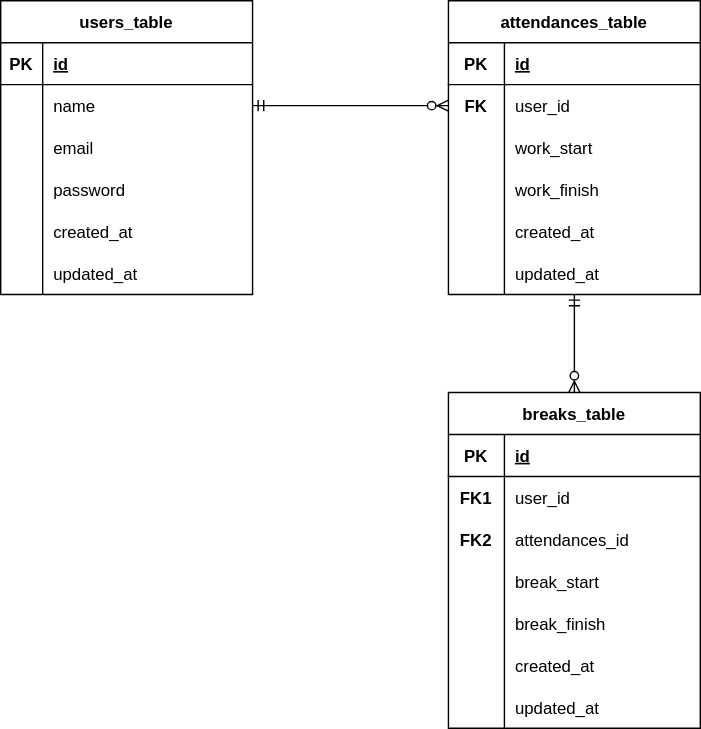
The draw.io diagram ER_Atte_tables.drawio.svg in MiyokoNakada/20240423_mockcase-entry, before a commit. Source tidied: cells renumbered, new cells last; positions are measured from the earlier drawing's top-left corner, leaving out a move shared by most shapes. The source it was exported from:
```xml
<mxGraphModel>
  <root>
    <mxCell id="0" />
    <mxCell id="1" parent="0" />
    <mxCell id="2" value="users_table" style="shape=table;startSize=30;rowLines=0;fontStyle=1;align=center;" parent="1" vertex="1">
      <mxGeometry width="180" height="210" as="geometry" />
    </mxCell>
    <mxCell id="3" style="shape=tableRow;horizontal=0;startSize=0;swimlaneHead=0;swimlaneBody=0;fillColor=none;top=0;left=0;right=0;bottom=1;" parent="2" vertex="1">
      <mxGeometry y="30" width="180" height="30" as="geometry" />
    </mxCell>
    <mxCell id="4" value="PK" style="shape=partialRectangle;fillColor=none;top=0;left=0;bottom=0;right=0;fontStyle=1;overflow=hidden;" parent="3" vertex="1">
      <mxGeometry width="30" height="30" as="geometry" />
    </mxCell>
    <mxCell id="5" value="id" style="shape=partialRectangle;fillColor=none;top=0;left=0;bottom=0;right=0;align=left;spacingLeft=6;fontStyle=5;overflow=hidden;" parent="3" vertex="1">
      <mxGeometry x="30" width="150" height="30" as="geometry" />
    </mxCell>
    <mxCell id="6" style="shape=tableRow;horizontal=0;startSize=0;swimlaneHead=0;swimlaneBody=0;fillColor=none;points=[[0,0.5],[1,0.5]];portConstraint=eastwest;top=0;left=0;right=0;bottom=0;" parent="2" vertex="1">
      <mxGeometry y="60" width="180" height="30" as="geometry" />
    </mxCell>
    <mxCell id="7" style="shape=partialRectangle;fillColor=none;top=0;left=0;bottom=0;right=0;overflow=hidden;" parent="6" vertex="1">
      <mxGeometry width="30" height="30" as="geometry" />
    </mxCell>
    <mxCell id="8" value="name" style="shape=partialRectangle;fillColor=none;top=0;left=0;bottom=0;right=0;align=left;spacingLeft=6;overflow=hidden;" parent="6" vertex="1">
      <mxGeometry x="30" width="150" height="30" as="geometry" />
    </mxCell>
    <mxCell id="9" style="shape=tableRow;horizontal=0;startSize=0;swimlaneHead=0;swimlaneBody=0;fillColor=none;top=0;left=0;right=0;bottom=0;" parent="2" vertex="1">
      <mxGeometry y="90" width="180" height="30" as="geometry" />
    </mxCell>
    <mxCell id="10" style="shape=partialRectangle;fillColor=none;top=0;left=0;bottom=0;right=0;overflow=hidden;" parent="9" vertex="1">
      <mxGeometry width="30" height="30" as="geometry" />
    </mxCell>
    <mxCell id="11" value="email" style="shape=partialRectangle;fillColor=none;top=0;left=0;bottom=0;right=0;align=left;spacingLeft=6;overflow=hidden;" parent="9" vertex="1">
      <mxGeometry x="30" width="150" height="30" as="geometry" />
    </mxCell>
    <mxCell id="12" style="shape=tableRow;horizontal=0;startSize=0;swimlaneHead=0;swimlaneBody=0;fillColor=none;top=0;left=0;right=0;bottom=0;" parent="2" vertex="1">
      <mxGeometry y="120" width="180" height="30" as="geometry" />
    </mxCell>
    <mxCell id="13" style="shape=partialRectangle;fillColor=none;top=0;left=0;bottom=0;right=0;overflow=hidden;" parent="12" vertex="1">
      <mxGeometry width="30" height="30" as="geometry" />
    </mxCell>
    <mxCell id="14" value="password" style="shape=partialRectangle;fillColor=none;top=0;left=0;bottom=0;right=0;align=left;spacingLeft=6;overflow=hidden;" parent="12" vertex="1">
      <mxGeometry x="30" width="150" height="30" as="geometry" />
    </mxCell>
    <mxCell id="15" style="shape=tableRow;horizontal=0;startSize=0;swimlaneHead=0;swimlaneBody=0;fillColor=none;top=0;left=0;right=0;bottom=0;" parent="2" vertex="1">
      <mxGeometry y="150" width="180" height="30" as="geometry" />
    </mxCell>
    <mxCell id="16" style="shape=partialRectangle;fillColor=none;top=0;left=0;bottom=0;right=0;overflow=hidden;" parent="15" vertex="1">
      <mxGeometry width="30" height="30" as="geometry" />
    </mxCell>
    <mxCell id="17" value="created_at" style="shape=partialRectangle;fillColor=none;top=0;left=0;bottom=0;right=0;align=left;spacingLeft=6;overflow=hidden;" parent="15" vertex="1">
      <mxGeometry x="30" width="150" height="30" as="geometry" />
    </mxCell>
    <mxCell id="18" style="shape=tableRow;horizontal=0;startSize=0;swimlaneHead=0;swimlaneBody=0;fillColor=none;top=0;left=0;right=0;bottom=0;" parent="2" vertex="1">
      <mxGeometry y="180" width="180" height="30" as="geometry" />
    </mxCell>
    <mxCell id="19" style="shape=partialRectangle;fillColor=none;top=0;left=0;bottom=0;right=0;overflow=hidden;" parent="18" vertex="1">
      <mxGeometry width="30" height="30" as="geometry" />
    </mxCell>
    <mxCell id="20" value="updated_at" style="shape=partialRectangle;fillColor=none;top=0;left=0;bottom=0;right=0;align=left;spacingLeft=6;overflow=hidden;" parent="18" vertex="1">
      <mxGeometry x="30" width="150" height="30" as="geometry" />
    </mxCell>
    <mxCell id="21" value="attendances_table" style="shape=table;startSize=30;rowLines=0;fontStyle=1;align=center;" parent="1" vertex="1">
      <mxGeometry x="320" width="180" height="210" as="geometry" />
    </mxCell>
    <mxCell id="22" style="shape=tableRow;horizontal=0;startSize=0;swimlaneHead=0;swimlaneBody=0;fillColor=none;top=0;left=0;right=0;bottom=1;" parent="21" vertex="1">
      <mxGeometry y="30" width="180" height="30" as="geometry" />
    </mxCell>
    <mxCell id="23" value="PK" style="shape=partialRectangle;fillColor=none;top=0;left=0;bottom=0;right=0;fontStyle=1;overflow=hidden;" parent="22" vertex="1">
      <mxGeometry width="40" height="30" as="geometry" />
    </mxCell>
    <mxCell id="24" value="id" style="shape=partialRectangle;fillColor=none;top=0;left=0;bottom=0;right=0;align=left;spacingLeft=6;fontStyle=5;overflow=hidden;" parent="22" vertex="1">
      <mxGeometry x="40" width="140" height="30" as="geometry" />
    </mxCell>
    <mxCell id="25" style="shape=tableRow;horizontal=0;startSize=0;swimlaneHead=0;swimlaneBody=0;fillColor=none;points=[[0,0.5],[1,0.5]];portConstraint=eastwest;top=0;left=0;right=0;bottom=0;" parent="21" vertex="1">
      <mxGeometry y="60" width="180" height="30" as="geometry" />
    </mxCell>
    <mxCell id="26" style="shape=partialRectangle;fillColor=none;top=0;left=0;bottom=0;right=0;overflow=hidden;" parent="25" vertex="1">
      <mxGeometry width="40" height="30" as="geometry" />
    </mxCell>
    <mxCell id="27" value="user_id" style="shape=partialRectangle;fillColor=none;top=0;left=0;bottom=0;right=0;align=left;spacingLeft=6;overflow=hidden;" parent="25" vertex="1">
      <mxGeometry x="40" width="140" height="30" as="geometry" />
    </mxCell>
    <mxCell id="28" style="shape=tableRow;horizontal=0;startSize=0;swimlaneHead=0;swimlaneBody=0;fillColor=none;top=0;left=0;right=0;bottom=0;" parent="21" vertex="1">
      <mxGeometry y="90" width="180" height="30" as="geometry" />
    </mxCell>
    <mxCell id="29" style="shape=partialRectangle;fillColor=none;top=0;left=0;bottom=0;right=0;overflow=hidden;" parent="28" vertex="1">
      <mxGeometry width="40" height="30" as="geometry" />
    </mxCell>
    <mxCell id="30" value="work_start" style="shape=partialRectangle;fillColor=none;top=0;left=0;bottom=0;right=0;align=left;spacingLeft=6;overflow=hidden;" parent="28" vertex="1">
      <mxGeometry x="40" width="140" height="30" as="geometry" />
    </mxCell>
    <mxCell id="31" style="shape=tableRow;horizontal=0;startSize=0;swimlaneHead=0;swimlaneBody=0;fillColor=none;top=0;left=0;right=0;bottom=0;" parent="21" vertex="1">
      <mxGeometry y="120" width="180" height="30" as="geometry" />
    </mxCell>
    <mxCell id="32" style="shape=partialRectangle;fillColor=none;top=0;left=0;bottom=0;right=0;overflow=hidden;" parent="31" vertex="1">
      <mxGeometry width="40" height="30" as="geometry" />
    </mxCell>
    <mxCell id="33" value="work_finish" style="shape=partialRectangle;fillColor=none;top=0;left=0;bottom=0;right=0;align=left;spacingLeft=6;overflow=hidden;" parent="31" vertex="1">
      <mxGeometry x="40" width="140" height="30" as="geometry" />
    </mxCell>
    <mxCell id="34" style="shape=tableRow;horizontal=0;startSize=0;swimlaneHead=0;swimlaneBody=0;fillColor=none;top=0;left=0;right=0;bottom=0;" parent="21" vertex="1">
      <mxGeometry y="150" width="180" height="30" as="geometry" />
    </mxCell>
    <mxCell id="35" style="shape=partialRectangle;fillColor=none;top=0;left=0;bottom=0;right=0;overflow=hidden;" parent="34" vertex="1">
      <mxGeometry width="40" height="30" as="geometry" />
    </mxCell>
    <mxCell id="36" value="created_at" style="shape=partialRectangle;fillColor=none;top=0;left=0;bottom=0;right=0;align=left;spacingLeft=6;overflow=hidden;" parent="34" vertex="1">
      <mxGeometry x="40" width="140" height="30" as="geometry" />
    </mxCell>
    <mxCell id="37" style="shape=tableRow;horizontal=0;startSize=0;swimlaneHead=0;swimlaneBody=0;fillColor=none;points=[[0,0.5],[1,0.5]];portConstraint=eastwest;top=0;left=0;right=0;bottom=0;" parent="21" vertex="1">
      <mxGeometry y="180" width="180" height="30" as="geometry" />
    </mxCell>
    <mxCell id="38" style="shape=partialRectangle;fillColor=none;top=0;left=0;bottom=0;right=0;overflow=hidden;" parent="37" vertex="1">
      <mxGeometry width="40" height="30" as="geometry" />
    </mxCell>
    <mxCell id="39" value="updated_at" style="shape=partialRectangle;fillColor=none;top=0;left=0;bottom=0;right=0;align=left;spacingLeft=6;overflow=hidden;" parent="37" vertex="1">
      <mxGeometry x="40" width="140" height="30" as="geometry" />
    </mxCell>
    <mxCell id="40" value="FK" style="shape=partialRectangle;fillColor=none;top=0;left=0;bottom=0;right=0;fontStyle=1;overflow=hidden;" parent="1" vertex="1">
      <mxGeometry x="325" y="60" width="30" height="30" as="geometry" />
    </mxCell>
    <mxCell id="41" value="breaks_table" style="shape=table;startSize=30;rowLines=0;fontStyle=1;align=center;" parent="1" vertex="1">
      <mxGeometry x="320" y="280" width="180" height="240" as="geometry" />
    </mxCell>
    <mxCell id="42" style="shape=tableRow;horizontal=0;startSize=0;swimlaneHead=0;swimlaneBody=0;fillColor=none;top=0;left=0;right=0;bottom=1;" parent="41" vertex="1">
      <mxGeometry y="30" width="180" height="30" as="geometry" />
    </mxCell>
    <mxCell id="43" value="PK" style="shape=partialRectangle;fillColor=none;top=0;left=0;bottom=0;right=0;fontStyle=1;overflow=hidden;" parent="42" vertex="1">
      <mxGeometry width="40" height="30" as="geometry" />
    </mxCell>
    <mxCell id="44" value="id" style="shape=partialRectangle;fillColor=none;top=0;left=0;bottom=0;right=0;align=left;spacingLeft=6;fontStyle=5;overflow=hidden;" parent="42" vertex="1">
      <mxGeometry x="40" width="140" height="30" as="geometry" />
    </mxCell>
    <mxCell id="45" style="shape=tableRow;horizontal=0;startSize=0;swimlaneHead=0;swimlaneBody=0;fillColor=none;top=0;left=0;right=0;bottom=0;" parent="41" vertex="1">
      <mxGeometry y="60" width="180" height="30" as="geometry" />
    </mxCell>
    <mxCell id="46" style="shape=partialRectangle;fillColor=none;top=0;left=0;bottom=0;right=0;overflow=hidden;" parent="45" vertex="1">
      <mxGeometry width="40" height="30" as="geometry" />
    </mxCell>
    <mxCell id="47" value="user_id" style="shape=partialRectangle;fillColor=none;top=0;left=0;bottom=0;right=0;align=left;spacingLeft=6;overflow=hidden;" parent="45" vertex="1">
      <mxGeometry x="40" width="140" height="30" as="geometry" />
    </mxCell>
    <mxCell id="48" style="shape=tableRow;horizontal=0;startSize=0;swimlaneHead=0;swimlaneBody=0;fillColor=none;top=0;left=0;right=0;bottom=0;" parent="41" vertex="1">
      <mxGeometry y="90" width="180" height="30" as="geometry" />
    </mxCell>
    <mxCell id="49" style="shape=partialRectangle;fillColor=none;top=0;left=0;bottom=0;right=0;overflow=hidden;" parent="48" vertex="1">
      <mxGeometry width="40" height="30" as="geometry" />
    </mxCell>
    <mxCell id="50" value="attendances_id" style="shape=partialRectangle;fillColor=none;top=0;left=0;bottom=0;right=0;align=left;spacingLeft=6;overflow=hidden;" parent="48" vertex="1">
      <mxGeometry x="40" width="140" height="30" as="geometry" />
    </mxCell>
    <mxCell id="51" style="shape=tableRow;horizontal=0;startSize=0;swimlaneHead=0;swimlaneBody=0;fillColor=none;top=0;left=0;right=0;bottom=0;" parent="41" vertex="1">
      <mxGeometry y="120" width="180" height="30" as="geometry" />
    </mxCell>
    <mxCell id="52" style="shape=partialRectangle;fillColor=none;top=0;left=0;bottom=0;right=0;overflow=hidden;" parent="51" vertex="1">
      <mxGeometry width="40" height="30" as="geometry" />
    </mxCell>
    <mxCell id="53" value="break_start" style="shape=partialRectangle;fillColor=none;top=0;left=0;bottom=0;right=0;align=left;spacingLeft=6;overflow=hidden;" parent="51" vertex="1">
      <mxGeometry x="40" width="140" height="30" as="geometry" />
    </mxCell>
    <mxCell id="54" style="shape=tableRow;horizontal=0;startSize=0;swimlaneHead=0;swimlaneBody=0;fillColor=none;top=0;left=0;right=0;bottom=0;" parent="41" vertex="1">
      <mxGeometry y="150" width="180" height="30" as="geometry" />
    </mxCell>
    <mxCell id="55" style="shape=partialRectangle;fillColor=none;top=0;left=0;bottom=0;right=0;overflow=hidden;" parent="54" vertex="1">
      <mxGeometry width="40" height="30" as="geometry" />
    </mxCell>
    <mxCell id="56" value="break_finish" style="shape=partialRectangle;fillColor=none;top=0;left=0;bottom=0;right=0;align=left;spacingLeft=6;overflow=hidden;" parent="54" vertex="1">
      <mxGeometry x="40" width="140" height="30" as="geometry" />
    </mxCell>
    <mxCell id="57" style="shape=tableRow;horizontal=0;startSize=0;swimlaneHead=0;swimlaneBody=0;fillColor=none;top=0;left=0;right=0;bottom=0;" parent="41" vertex="1">
      <mxGeometry y="180" width="180" height="30" as="geometry" />
    </mxCell>
    <mxCell id="58" style="shape=partialRectangle;fillColor=none;top=0;left=0;bottom=0;right=0;overflow=hidden;" parent="57" vertex="1">
      <mxGeometry width="40" height="30" as="geometry" />
    </mxCell>
    <mxCell id="59" value="created_at" style="shape=partialRectangle;fillColor=none;top=0;left=0;bottom=0;right=0;align=left;spacingLeft=6;overflow=hidden;" parent="57" vertex="1">
      <mxGeometry x="40" width="140" height="30" as="geometry" />
    </mxCell>
    <mxCell id="60" style="shape=tableRow;horizontal=0;startSize=0;swimlaneHead=0;swimlaneBody=0;fillColor=none;top=0;left=0;right=0;bottom=0;" parent="41" vertex="1">
      <mxGeometry y="210" width="180" height="30" as="geometry" />
    </mxCell>
    <mxCell id="61" style="shape=partialRectangle;fillColor=none;top=0;left=0;bottom=0;right=0;overflow=hidden;" parent="60" vertex="1">
      <mxGeometry width="40" height="30" as="geometry" />
    </mxCell>
    <mxCell id="62" value="updated_at" style="shape=partialRectangle;fillColor=none;top=0;left=0;bottom=0;right=0;align=left;spacingLeft=6;overflow=hidden;" parent="60" vertex="1">
      <mxGeometry x="40" width="140" height="30" as="geometry" />
    </mxCell>
    <mxCell id="63" value="FK1" style="shape=partialRectangle;fillColor=none;top=0;left=0;bottom=0;right=0;fontStyle=1;overflow=hidden;" parent="1" vertex="1">
      <mxGeometry x="325" y="340" width="30" height="30" as="geometry" />
    </mxCell>
    <mxCell id="64" value="FK2" style="shape=partialRectangle;fillColor=none;top=0;left=0;bottom=0;right=0;fontStyle=1;overflow=hidden;" parent="1" vertex="1">
      <mxGeometry x="325" y="370" width="30" height="30" as="geometry" />
    </mxCell>
    <mxCell id="65" style="edgeStyle=entityRelationEdgeStyle;fontSize=12;html=1;endArrow=ERzeroToMany;startArrow=ERmandOne;exitX=1;exitY=0.5;exitDx=0;exitDy=0;entryX=0;entryY=0.5;entryDx=0;entryDy=0;" parent="1" edge="1" source="6" target="25">
      <mxGeometry relative="1" as="geometry" />
    </mxCell>
    <mxCell id="66" style="fontSize=12;html=1;endArrow=ERzeroToMany;startArrow=ERmandOne;entryX=0.5;entryY=0;entryDx=0;entryDy=0;" parent="1" edge="1" source="37" target="41">
      <mxGeometry relative="1" as="geometry" />
    </mxCell>
  </root>
</mxGraphModel>
```
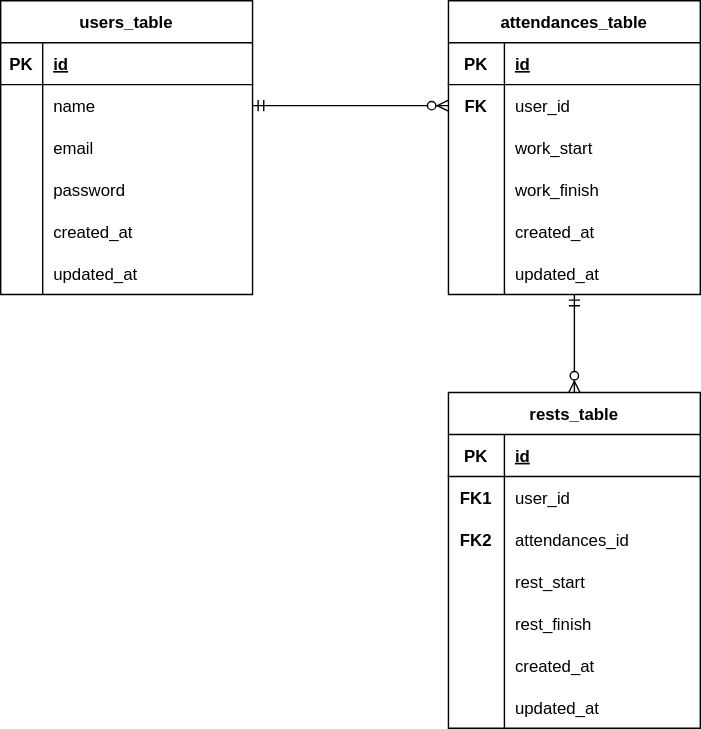
The same file after the commit.

Change to the diagram source:
```diff
@@ -119,7 +119,7 @@
     <mxCell id="40" value="FK" style="shape=partialRectangle;fillColor=none;top=0;left=0;bottom=0;right=0;fontStyle=1;overflow=hidden;" parent="1" vertex="1">
       <mxGeometry x="325" y="60" width="30" height="30" as="geometry" />
     </mxCell>
-    <mxCell id="41" value="breaks_table" style="shape=table;startSize=30;rowLines=0;fontStyle=1;align=center;" parent="1" vertex="1">
+    <mxCell id="41" value="rests_table" style="shape=table;startSize=30;rowLines=0;fontStyle=1;align=center;" parent="1" vertex="1">
       <mxGeometry x="320" y="280" width="180" height="240" as="geometry" />
     </mxCell>
     <mxCell id="42" style="shape=tableRow;horizontal=0;startSize=0;swimlaneHead=0;swimlaneBody=0;fillColor=none;top=0;left=0;right=0;bottom=1;" parent="41" vertex="1">
@@ -155,7 +155,7 @@
     <mxCell id="52" style="shape=partialRectangle;fillColor=none;top=0;left=0;bottom=0;right=0;overflow=hidden;" parent="51" vertex="1">
       <mxGeometry width="40" height="30" as="geometry" />
     </mxCell>
-    <mxCell id="53" value="break_start" style="shape=partialRectangle;fillColor=none;top=0;left=0;bottom=0;right=0;align=left;spacingLeft=6;overflow=hidden;" parent="51" vertex="1">
+    <mxCell id="53" value="rest_start" style="shape=partialRectangle;fillColor=none;top=0;left=0;bottom=0;right=0;align=left;spacingLeft=6;overflow=hidden;" parent="51" vertex="1">
       <mxGeometry x="40" width="140" height="30" as="geometry" />
     </mxCell>
     <mxCell id="54" style="shape=tableRow;horizontal=0;startSize=0;swimlaneHead=0;swimlaneBody=0;fillColor=none;top=0;left=0;right=0;bottom=0;" parent="41" vertex="1">
@@ -164,7 +164,7 @@
     <mxCell id="55" style="shape=partialRectangle;fillColor=none;top=0;left=0;bottom=0;right=0;overflow=hidden;" parent="54" vertex="1">
       <mxGeometry width="40" height="30" as="geometry" />
     </mxCell>
-    <mxCell id="56" value="break_finish" style="shape=partialRectangle;fillColor=none;top=0;left=0;bottom=0;right=0;align=left;spacingLeft=6;overflow=hidden;" parent="54" vertex="1">
+    <mxCell id="56" value="rest_finish" style="shape=partialRectangle;fillColor=none;top=0;left=0;bottom=0;right=0;align=left;spacingLeft=6;overflow=hidden;" parent="54" vertex="1">
       <mxGeometry x="40" width="140" height="30" as="geometry" />
     </mxCell>
     <mxCell id="57" style="shape=tableRow;horizontal=0;startSize=0;swimlaneHead=0;swimlaneBody=0;fillColor=none;top=0;left=0;right=0;bottom=0;" parent="41" vertex="1">
```
